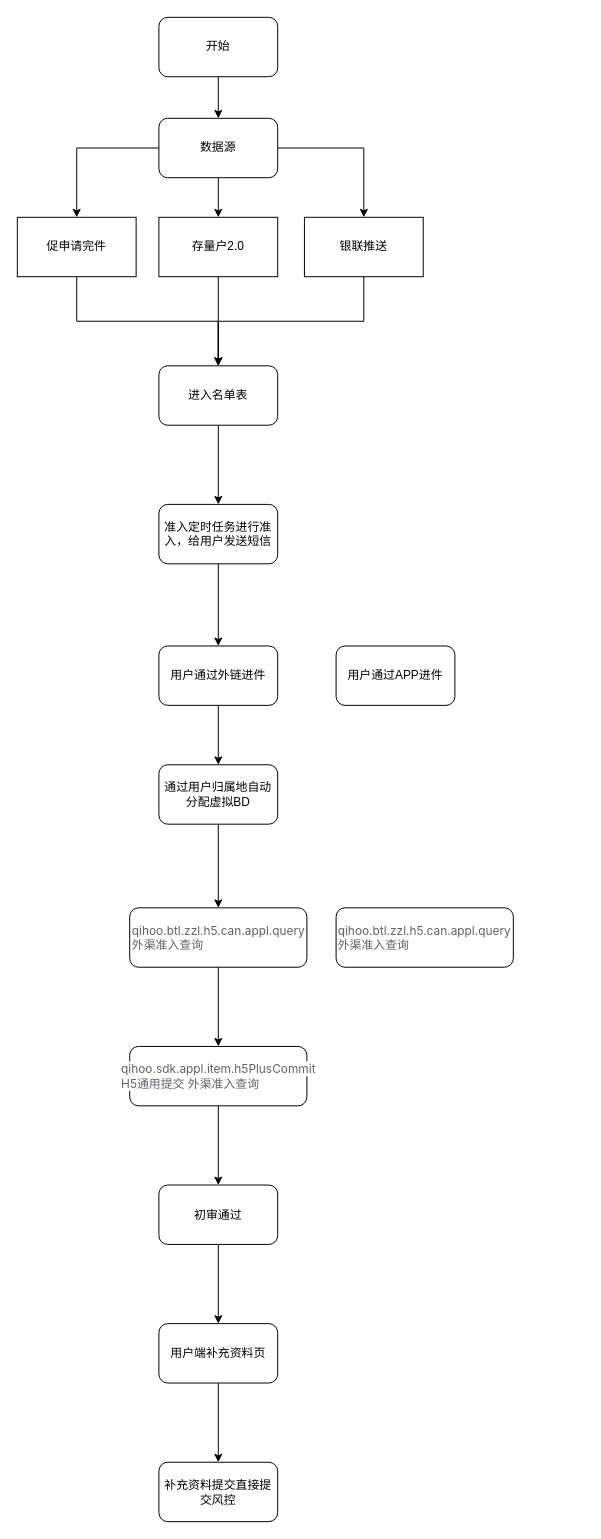
Earlier version of the draw.io diagram 全直通流程.drawio (slayerlwx/processImg). Source tidied: cells renumbered, new cells numbered last; positions are measured from the earlier drawing's top-left corner, leaving out a move shared by most shapes. Both pictures are drawn from the tidied source at 99%, with x=0, y=0 at pixel (17, 17).
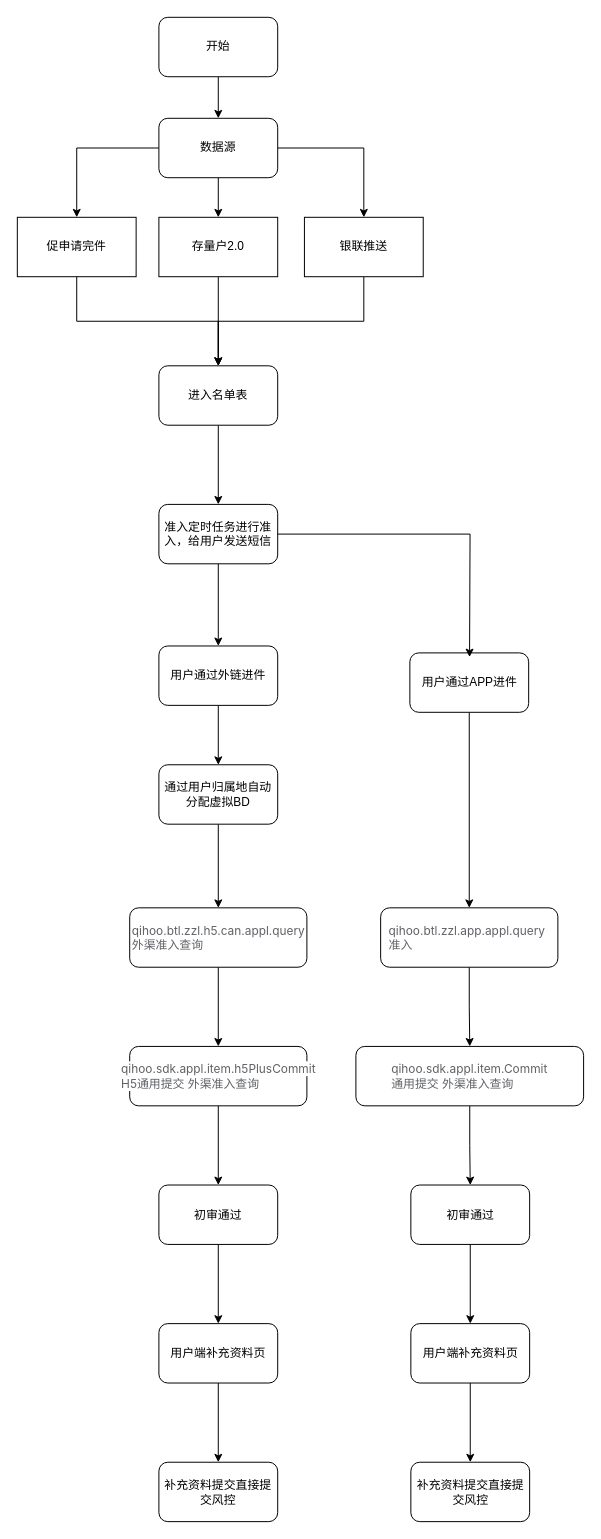
After the change.

Commit message:
更新全直通流程.drawio

The change refers to these unchanged cells:
```xml
<mxCell id="18" value="准入定时任务进行准入，给用户发送短信" style="whiteSpace=wrap;html=1;rounded=1;" parent="1" vertex="1">
  <mxGeometry x="143" y="492" width="120" height="60" as="geometry" />
</mxCell>
```

Diff of the diagram source:
```diff
@@
+    <mxCell id="33" style="edgeStyle=orthogonalEdgeStyle;rounded=0;jettySize=auto;html=1;exitX=0.5;exitY=1;exitDx=0;exitDy=0;" parent="1" edge="1" source="31" target="32">
+      <mxGeometry relative="1" as="geometry" />
+    </mxCell>
     <mxCell id="31" value="用户通过APP进件" style="whiteSpace=wrap;html=1;rounded=1;" parent="1" vertex="1">
-      <mxGeometry x="322" y="635" width="120" height="60" as="geometry" />
+      <mxGeometry x="396.5" y="642" width="120" height="60" as="geometry" />
     </mxCell>
+    <mxCell id="34" style="edgeStyle=orthogonalEdgeStyle;rounded=0;jettySize=auto;html=1;exitX=0.5;exitY=1;exitDx=0;exitDy=0;" parent="1" edge="1" source="32" target="36">
+      <mxGeometry relative="1" as="geometry" />
+    </mxCell>
-    <mxCell id="32" value="&lt;span style=&quot;color: rgb(96, 98, 102); font-family: -apple-system, BlinkMacSystemFont, &amp;quot;Segoe UI&amp;quot;, &amp;quot;PingFang SC&amp;quot;, &amp;quot;Hiragino Sans GB&amp;quot;, &amp;quot;Microsoft YaHei&amp;quot;, &amp;quot;Helvetica Neue&amp;quot;, Helvetica, Arial, sans-serif, &amp;quot;Apple Color Emoji&amp;quot;, &amp;quot;Segoe UI Emoji&amp;quot;, &amp;quot;Segoe UI Symbol&amp;quot;; text-align: left; white-space-collapse: preserve; background-color: rgb(255, 255, 255);&quot;&gt;qihoo.btl.zzl.h5.can.appl.query&lt;/span&gt;&lt;div style=&quot;text-align: left;&quot;&gt;&lt;font face=&quot;-apple-system, BlinkMacSystemFont, Segoe UI, PingFang SC, Hiragino Sans GB, Microsoft YaHei, Helvetica Neue, Helvetica, Arial, sans-serif, Apple Color Emoji, Segoe UI Emoji, Segoe UI Symbol&quot; color=&quot;#606266&quot;&gt;&lt;span style=&quot;white-space-collapse: preserve; background-color: rgb(255, 255, 255);&quot;&gt;外渠准入查询&lt;/span&gt;&lt;/font&gt;&lt;/div&gt;" style="whiteSpace=wrap;html=1;rounded=1;" parent="1" vertex="1">
-      <mxGeometry x="322" y="899.5" width="179" height="60" as="geometry" />
+    <mxCell id="32" value="&lt;div style=&quot;text-align: left;&quot;&gt;&lt;font face=&quot;-apple-system, BlinkMacSystemFont, Segoe UI, PingFang SC, Hiragino Sans GB, Microsoft YaHei, Helvetica Neue, Helvetica, Arial, sans-serif, Apple Color Emoji, Segoe UI Emoji, Segoe UI Symbol&quot; color=&quot;#606266&quot;&gt;&lt;span style=&quot;background-color: rgb(255, 255, 255);&quot;&gt;&lt;span style=&quot;white-space-collapse: preserve;&quot;&gt;qihoo.btl.zzl.app.appl.query&#9;&lt;/span&gt;&lt;/span&gt;&lt;/font&gt;&lt;/div&gt;&lt;div style=&quot;text-align: left;&quot;&gt;&lt;font face=&quot;-apple-system, BlinkMacSystemFont, Segoe UI, PingFang SC, Hiragino Sans GB, Microsoft YaHei, Helvetica Neue, Helvetica, Arial, sans-serif, Apple Color Emoji, Segoe UI Emoji, Segoe UI Symbol&quot; color=&quot;#606266&quot;&gt;&lt;span style=&quot;background-color: rgb(255, 255, 255);&quot;&gt;&lt;span style=&quot;white-space-collapse: preserve;&quot;&gt;准入&lt;/span&gt;&lt;/span&gt;&lt;/font&gt;&lt;/div&gt;" style="whiteSpace=wrap;html=1;rounded=1;" parent="1" vertex="1">
+      <mxGeometry x="367" y="899.5" width="179" height="60" as="geometry" />
     </mxCell>
+    <mxCell id="35" style="edgeStyle=orthogonalEdgeStyle;rounded=0;jettySize=auto;html=1;" parent="1" edge="1" source="36" target="38">
+      <mxGeometry relative="1" as="geometry" />
+    </mxCell>
+    <mxCell id="36" value="&lt;div style=&quot;text-align: left;&quot;&gt;&lt;span style=&quot;color: rgb(96, 98, 102); font-family: -apple-system, BlinkMacSystemFont, &amp;quot;Segoe UI&amp;quot;, &amp;quot;PingFang SC&amp;quot;, &amp;quot;Hiragino Sans GB&amp;quot;, &amp;quot;Microsoft YaHei&amp;quot;, &amp;quot;Helvetica Neue&amp;quot;, Helvetica, Arial, sans-serif, &amp;quot;Apple Color Emoji&amp;quot;, &amp;quot;Segoe UI Emoji&amp;quot;, &amp;quot;Segoe UI Symbol&amp;quot;; white-space-collapse: preserve; background-color: rgb(255, 255, 255);&quot;&gt;qihoo.sdk.appl.item.&lt;/span&gt;&lt;span style=&quot;background-color: rgb(255, 255, 255); color: rgb(96, 98, 102); font-family: -apple-system, BlinkMacSystemFont, &amp;quot;Segoe UI&amp;quot;, &amp;quot;PingFang SC&amp;quot;, &amp;quot;Hiragino Sans GB&amp;quot;, &amp;quot;Microsoft YaHei&amp;quot;, &amp;quot;Helvetica Neue&amp;quot;, Helvetica, Arial, sans-serif, &amp;quot;Apple Color Emoji&amp;quot;, &amp;quot;Segoe UI Emoji&amp;quot;, &amp;quot;Segoe UI Symbol&amp;quot;; white-space-collapse: preserve;&quot;&gt;Commit&lt;/span&gt;&lt;/div&gt;&lt;div style=&quot;text-align: left;&quot;&gt;&lt;font face=&quot;-apple-system, BlinkMacSystemFont, Segoe UI, PingFang SC, Hiragino Sans GB, Microsoft YaHei, Helvetica Neue, Helvetica, Arial, sans-serif, Apple Color Emoji, Segoe UI Emoji, Segoe UI Symbol&quot; color=&quot;#606266&quot;&gt;&lt;span style=&quot;white-space-collapse: preserve; background-color: rgb(255, 255, 255);&quot;&gt;&lt;font class=&quot;__Cici__translate__ __Cici_translate_similar_text_content__&quot;&gt;通用提交 &lt;font style=&quot;display: inline-block;&quot; class=&quot;__Cici_translate_translated_inject_node__&quot;&gt;&lt;span&gt;外渠准入查询&lt;/span&gt;&lt;/font&gt;&lt;/font&gt;&lt;/span&gt;&lt;/font&gt;&lt;/div&gt;" style="whiteSpace=wrap;html=1;rounded=1;" parent="1" vertex="1">
+      <mxGeometry x="342" y="1039.5" width="230" height="60" as="geometry" />
+    </mxCell>
+    <mxCell id="37" style="edgeStyle=orthogonalEdgeStyle;rounded=0;jettySize=auto;html=1;" parent="1" edge="1" source="38" target="40">
+      <mxGeometry relative="1" as="geometry" />
+    </mxCell>
+    <mxCell id="38" value="初审通过" style="whiteSpace=wrap;html=1;rounded=1;" parent="1" vertex="1">
+      <mxGeometry x="397.5" y="1179.5" width="120" height="60" as="geometry" />
+    </mxCell>
+    <mxCell id="39" style="edgeStyle=orthogonalEdgeStyle;rounded=0;jettySize=auto;html=1;" parent="1" edge="1" source="40" target="41">
+      <mxGeometry relative="1" as="geometry" />
+    </mxCell>
+    <mxCell id="40" value="用户端补充资料页" style="whiteSpace=wrap;html=1;rounded=1;" parent="1" vertex="1">
+      <mxGeometry x="397.5" y="1319.5" width="120" height="60" as="geometry" />
+    </mxCell>
+    <mxCell id="41" value="补充资料提交直接提交风控" style="whiteSpace=wrap;html=1;rounded=1;" parent="1" vertex="1">
+      <mxGeometry x="397.5" y="1459.5" width="120" height="60" as="geometry" />
+    </mxCell>
+    <mxCell id="42" style="edgeStyle=orthogonalEdgeStyle;rounded=0;jettySize=auto;html=1;exitX=1;exitY=0.5;exitDx=0;exitDy=0;entryX=0.411;entryY=0.07;entryDx=0;entryDy=0;entryPerimeter=0;" parent="1" edge="1" source="18">
+      <mxGeometry relative="1" as="geometry">
+        <mxPoint x="456.8" y="646.2" as="targetPoint" />
+      </mxGeometry>
+    </mxCell>
```
